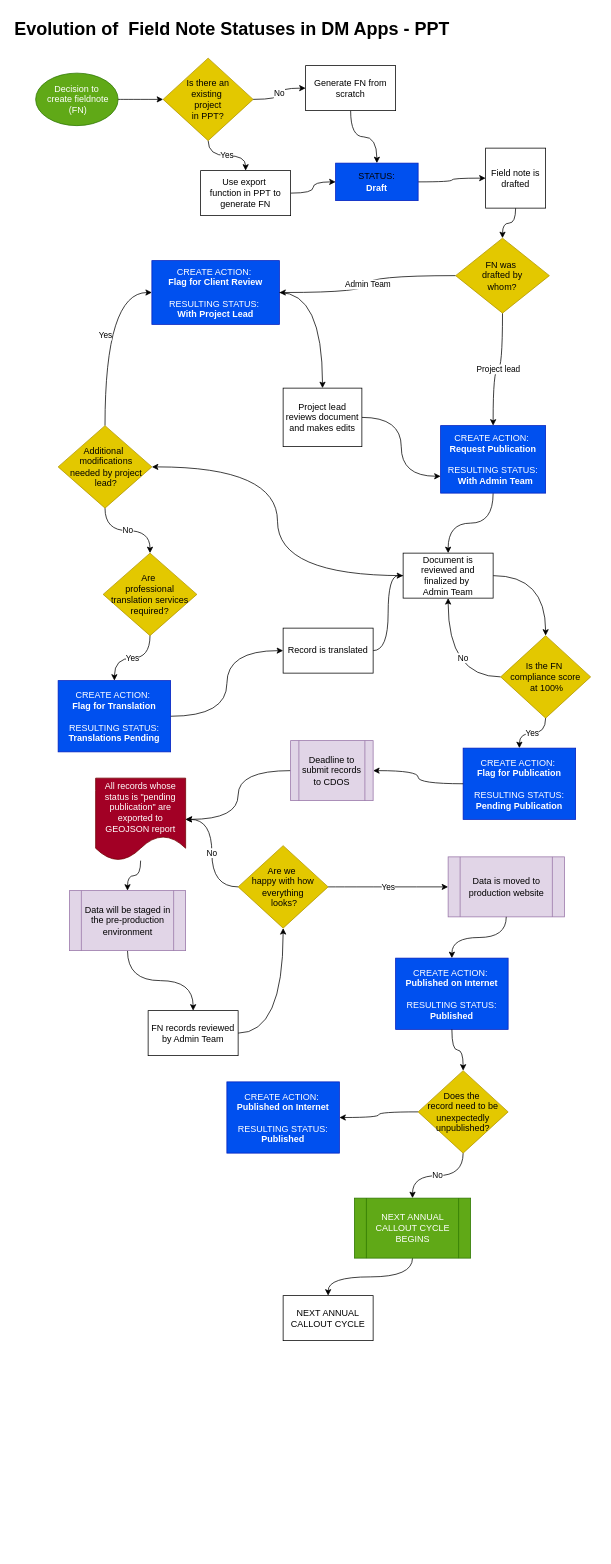
The draw.io diagram Fieldnote status evolution in PPT.drawio in davjfish/diagrams, before the edit. Source tidied: cells renumbered, new cells numbered last; positions are measured from the earlier drawing's top-left corner, leaving out a move shared by most shapes. Both pictures are drawn from the tidied source at 75%, with x=0, y=0 at pixel (13, 13).
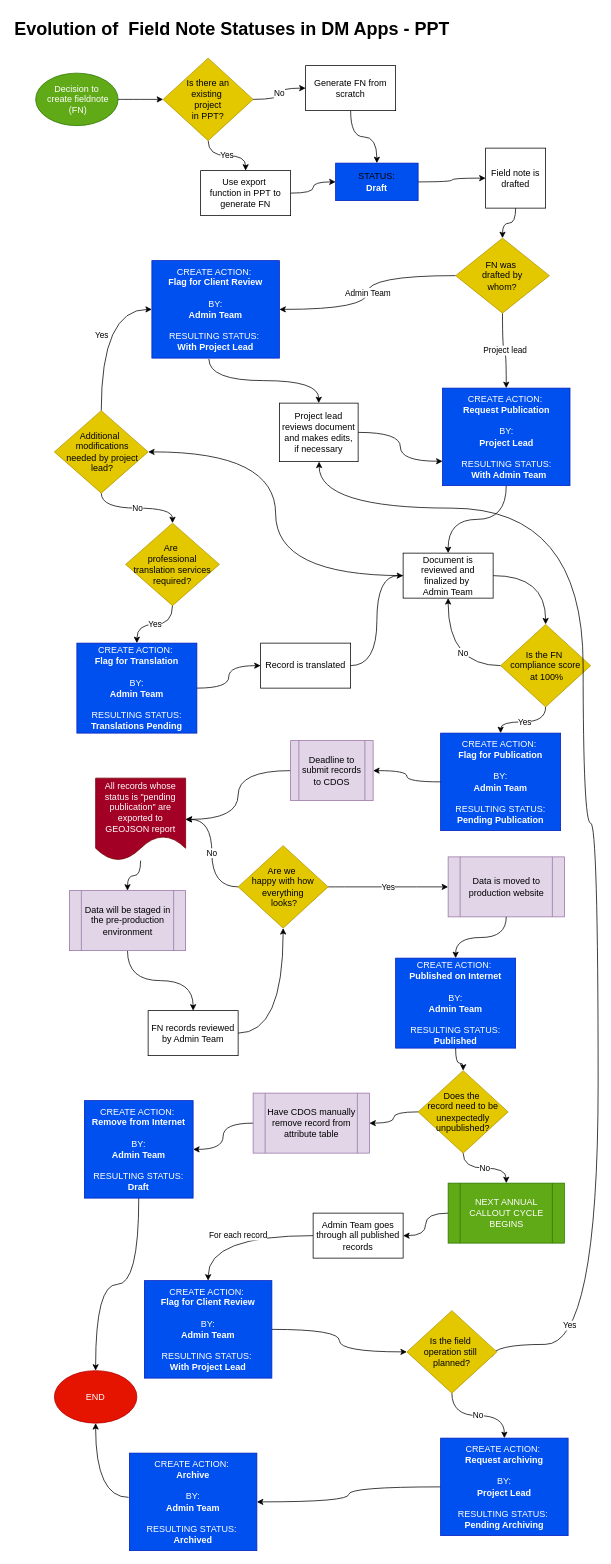
The same diagram, later.

The change refers to these unchanged cells:
```xml
<mxCell id="62" value="Does the&amp;nbsp;&lt;div&gt;record need to be unexpectedly unpublished?&lt;/div&gt;" style="rhombus;whiteSpace=wrap;html=1;rounded=0;fillColor=#e3c800;fontColor=#000000;strokeColor=#B09500;" parent="1" vertex="1">
  <mxGeometry x="540" y="1410" width="120" height="110" as="geometry" />
</mxCell>
```

Change to the diagram source:
```diff
@@
-    <mxCell id="13" value="CREATE ACTION:&amp;nbsp;&lt;div&gt;&lt;b&gt;Request Publication&lt;/b&gt;&lt;div&gt;&lt;br&gt;&lt;/div&gt;&lt;div&gt;&lt;span style=&quot;background-color: transparent; color: light-dark(rgb(255, 255, 255), rgb(18, 18, 18));&quot;&gt;RESULTING STATUS&lt;/span&gt;:&lt;/div&gt;&lt;div&gt;&amp;nbsp; &lt;b&gt;With Admin Team&lt;/b&gt;&lt;/div&gt;&lt;/div&gt;" style="rounded=0;whiteSpace=wrap;html=1;fillColor=#0050ef;fontColor=#ffffff;strokeColor=#001DBC;" parent="1" vertex="1">
-      <mxGeometry x="570" y="550" width="140" height="90" as="geometry" />
+    <mxCell id="13" value="CREATE ACTION:&amp;nbsp;&lt;div&gt;&lt;b&gt;Request Publication&lt;/b&gt;&lt;/div&gt;&lt;div&gt;&lt;b&gt;&lt;br&gt;&lt;/b&gt;&lt;div&gt;&lt;div&gt;BY:&lt;/div&gt;&lt;div&gt;&lt;b&gt;Project Lead&lt;/b&gt;&lt;/div&gt;&lt;/div&gt;&lt;div&gt;&lt;b&gt;&lt;br&gt;&lt;/b&gt;&lt;/div&gt;&lt;div&gt;&lt;span style=&quot;background-color: transparent;&quot;&gt;RESULTING STATUS&lt;/span&gt;:&lt;/div&gt;&lt;div&gt;&amp;nbsp; &lt;b&gt;With Admin Team&lt;/b&gt;&lt;/div&gt;&lt;/div&gt;" style="rounded=0;whiteSpace=wrap;html=1;fillColor=light-dark(#0050EF,#1534FF);fontColor=light-dark(#FFFFFF,#FFFFFF);strokeColor=#001DBC;" parent="1" vertex="1">
+      <mxGeometry x="572.5" y="500" width="170" height="130" as="geometry" />
     </mxCell>
-    <mxCell id="14" value="CREATE ACTION:&amp;nbsp;&lt;div&gt;&lt;b&gt;Flag for Client Review&lt;/b&gt;&lt;/div&gt;&lt;div&gt;&lt;b&gt;&lt;br&gt;&lt;/b&gt;&lt;div&gt;RESULTING STATUS:&amp;nbsp;&lt;/div&gt;&lt;div&gt;&lt;b&gt;With Project Lead&lt;/b&gt;&lt;/div&gt;&lt;/div&gt;" style="rounded=0;whiteSpace=wrap;html=1;fillColor=#0050ef;fontColor=#ffffff;strokeColor=#001DBC;" parent="1" vertex="1">
-      <mxGeometry x="185" y="330" width="170" height="85" as="geometry" />
+    <mxCell id="14" value="CREATE ACTION:&amp;nbsp;&lt;div&gt;&lt;b&gt;Flag for Client Review&lt;/b&gt;&lt;/div&gt;&lt;div&gt;&lt;b&gt;&lt;br&gt;&lt;/b&gt;&lt;/div&gt;&lt;div&gt;BY:&lt;/div&gt;&lt;div&gt;&lt;b&gt;Admin Team&lt;/b&gt;&lt;/div&gt;&lt;div&gt;&lt;b&gt;&lt;br&gt;&lt;/b&gt;&lt;div&gt;RESULTING STATUS:&amp;nbsp;&lt;/div&gt;&lt;div&gt;&lt;b&gt;With Project Lead&lt;/b&gt;&lt;/div&gt;&lt;/div&gt;" style="rounded=0;whiteSpace=wrap;html=1;fillColor=#0050ef;fontColor=#ffffff;strokeColor=#001DBC;" parent="1" vertex="1">
+      <mxGeometry x="185" y="330" width="170" height="130" as="geometry" />
     </mxCell>
@@
-    <mxCell id="23" value="Project lead reviews document and makes&amp;nbsp;&lt;span style=&quot;background-color: transparent; color: light-dark(rgb(0, 0, 0), rgb(255, 255, 255));&quot;&gt;edits&lt;/span&gt;" style="rounded=0;whiteSpace=wrap;html=1;" parent="1" vertex="1">
-      <mxGeometry x="360" y="500" width="105" height="78" as="geometry" />
+    <mxCell id="23" value="Project lead reviews document and makes&amp;nbsp;&lt;span style=&quot;background-color: transparent; color: light-dark(rgb(0, 0, 0), rgb(255, 255, 255));&quot;&gt;edits,&lt;/span&gt;&lt;div&gt;&lt;span style=&quot;background-color: transparent; color: light-dark(rgb(0, 0, 0), rgb(255, 255, 255));&quot;&gt;if necessary&lt;/span&gt;&lt;/div&gt;" style="rounded=0;whiteSpace=wrap;html=1;" parent="1" vertex="1">
+      <mxGeometry x="355" y="520" width="105" height="78" as="geometry" />
     </mxCell>
-    <mxCell id="24" style="edgeStyle=orthogonalEdgeStyle;rounded=0;jettySize=auto;html=1;curved=1;" parent="1" edge="1" source="14" target="23">
+    <mxCell id="24" style="edgeStyle=orthogonalEdgeStyle;rounded=0;jettySize=auto;html=1;curved=1;exitX=0.447;exitY=1.008;exitDx=0;exitDy=0;exitPerimeter=0;" parent="1" edge="1" source="14" target="23">
       <mxGeometry relative="1" as="geometry" />
     </mxCell>
@@
     <mxCell id="30" value="Additional&amp;nbsp;&lt;div&gt;&amp;nbsp;modifications&lt;/div&gt;&lt;div&gt;&amp;nbsp;needed by project&lt;/div&gt;&lt;div&gt;&amp;nbsp;lead?&lt;/div&gt;" style="rhombus;whiteSpace=wrap;html=1;fillColor=#e3c800;fontColor=#000000;strokeColor=#B09500;" parent="1" vertex="1">
-      <mxGeometry x="60" y="550" width="125" height="110" as="geometry" />
+      <mxGeometry x="55" y="530" width="125" height="110" as="geometry" />
     </mxCell>
     <mxCell id="31" value="Are&amp;nbsp;&lt;div&gt;professional translation services required?&lt;/div&gt;" style="rhombus;whiteSpace=wrap;html=1;fillColor=#e3c800;fontColor=#000000;strokeColor=#B09500;" parent="1" vertex="1">
-      <mxGeometry x="120" y="720" width="125" height="110" as="geometry" />
+      <mxGeometry x="150" y="680" width="125" height="110" as="geometry" />
     </mxCell>
@@
-    <mxCell id="34" value="CREATE ACTION:&amp;nbsp;&lt;div&gt;&lt;b&gt;Flag for Translation&lt;/b&gt;&lt;/div&gt;&lt;div&gt;&lt;b&gt;&lt;br&gt;&lt;/b&gt;&lt;div&gt;RESULTING STATUS:&lt;/div&gt;&lt;div&gt;&lt;b&gt;Translations Pending&lt;/b&gt;&lt;/div&gt;&lt;/div&gt;" style="rounded=0;whiteSpace=wrap;html=1;fillColor=#0050ef;fontColor=#ffffff;strokeColor=#001DBC;" parent="1" vertex="1">
-      <mxGeometry x="60" y="890" width="150" height="95" as="geometry" />
+    <mxCell id="34" value="CREATE ACTION:&amp;nbsp;&lt;div&gt;&lt;b&gt;Flag for Translation&lt;/b&gt;&lt;/div&gt;&lt;div&gt;&lt;b&gt;&lt;br&gt;&lt;/b&gt;&lt;/div&gt;&lt;div&gt;&lt;div&gt;BY:&lt;/div&gt;&lt;div&gt;&lt;b&gt;Admin Team&lt;/b&gt;&lt;/div&gt;&lt;/div&gt;&lt;div&gt;&lt;b&gt;&lt;br&gt;&lt;/b&gt;&lt;div&gt;RESULTING STATUS:&lt;/div&gt;&lt;div&gt;&lt;b&gt;Translations Pending&lt;/b&gt;&lt;/div&gt;&lt;/div&gt;" style="rounded=0;whiteSpace=wrap;html=1;fillColor=#0050ef;fontColor=#ffffff;strokeColor=#001DBC;" parent="1" vertex="1">
+      <mxGeometry x="85" y="840" width="160" height="120" as="geometry" />
     </mxCell>
@@
     <mxCell id="36" value="Record is translated" style="whiteSpace=wrap;html=1;rounded=0;" parent="1" vertex="1">
-      <mxGeometry x="360" y="820" width="120" height="60" as="geometry" />
+      <mxGeometry x="330" y="840" width="120" height="60" as="geometry" />
     </mxCell>
@@
     <mxCell id="39" value="Is the FN&amp;nbsp;&lt;div&gt;compliance score&lt;/div&gt;&lt;div&gt;&amp;nbsp;at 100%&lt;/div&gt;" style="rhombus;whiteSpace=wrap;html=1;rounded=0;fillColor=#e3c800;fontColor=#000000;strokeColor=#B09500;" parent="1" vertex="1">
-      <mxGeometry x="650" y="830" width="120" height="110" as="geometry" />
+      <mxGeometry x="650" y="815" width="120" height="110" as="geometry" />
     </mxCell>
@@
-    <mxCell id="41" value="CREATE ACTION:&amp;nbsp;&lt;div&gt;&lt;b&gt;Flag for Publication&lt;/b&gt;&lt;/div&gt;&lt;div&gt;&lt;b&gt;&lt;br&gt;&lt;/b&gt;&lt;div&gt;RESULTING STATUS:&lt;/div&gt;&lt;div&gt;&lt;b&gt;Pending Publication&lt;/b&gt;&lt;/div&gt;&lt;/div&gt;" style="rounded=0;whiteSpace=wrap;html=1;fillColor=#0050ef;fontColor=#ffffff;strokeColor=#001DBC;" parent="1" vertex="1">
-      <mxGeometry x="600" y="980" width="150" height="95" as="geometry" />
+    <mxCell id="41" value="CREATE ACTION:&amp;nbsp;&lt;div&gt;&lt;b&gt;Flag for Publication&lt;/b&gt;&lt;/div&gt;&lt;div&gt;&lt;div&gt;&lt;br&gt;&lt;/div&gt;&lt;div&gt;BY:&lt;/div&gt;&lt;div&gt;&lt;b&gt;Admin Team&lt;/b&gt;&lt;/div&gt;&lt;div&gt;&lt;b&gt;&lt;br&gt;&lt;/b&gt;&lt;/div&gt;&lt;div&gt;RESULTING STATUS:&lt;/div&gt;&lt;div&gt;&lt;b&gt;Pending Publication&lt;/b&gt;&lt;/div&gt;&lt;/div&gt;" style="rounded=0;whiteSpace=wrap;html=1;fillColor=#0050ef;fontColor=#ffffff;strokeColor=#001DBC;" parent="1" vertex="1">
+      <mxGeometry x="570" y="960" width="160" height="130" as="geometry" />
     </mxCell>
@@
+    <mxCell id="64" value="For each record" style="edgeStyle=orthogonalEdgeStyle;rounded=0;jettySize=auto;html=1;curved=1;" parent="1" edge="1" source="46" target="70">
+      <mxGeometry relative="1" as="geometry" />
+    </mxCell>
-    <mxCell id="46" value="NEXT ANNUAL CALLOUT CYCLE" style="whiteSpace=wrap;html=1;" parent="1" vertex="1">
-      <mxGeometry x="360" y="1710" width="120" height="60" as="geometry" />
+    <mxCell id="46" value="Admin Team goes through all published records" style="whiteSpace=wrap;html=1;" parent="1" vertex="1">
+      <mxGeometry x="400" y="1600" width="120" height="60" as="geometry" />
     </mxCell>
@@
-    <mxCell id="57" value="CREATE ACTION:&amp;nbsp;&lt;div&gt;&lt;b&gt;Published on Internet&lt;/b&gt;&lt;/div&gt;&lt;div&gt;&lt;b&gt;&lt;br&gt;&lt;/b&gt;&lt;div&gt;RESULTING STATUS:&lt;/div&gt;&lt;div&gt;&lt;b&gt;Published&lt;/b&gt;&lt;/div&gt;&lt;/div&gt;" style="rounded=0;whiteSpace=wrap;html=1;fillColor=#0050ef;fontColor=#ffffff;strokeColor=#001DBC;" parent="1" vertex="1">
-      <mxGeometry x="510" y="1260" width="150" height="95" as="geometry" />
+    <mxCell id="57" value="CREATE ACTION:&amp;nbsp;&lt;div&gt;&lt;b&gt;Published on Internet&lt;/b&gt;&lt;/div&gt;&lt;div&gt;&lt;b&gt;&lt;br&gt;&lt;/b&gt;&lt;/div&gt;&lt;div&gt;&lt;div&gt;BY:&lt;/div&gt;&lt;div&gt;&lt;b&gt;Admin Team&lt;/b&gt;&lt;/div&gt;&lt;div&gt;&lt;b&gt;&lt;br&gt;&lt;/b&gt;&lt;/div&gt;&lt;div&gt;RESULTING STATUS:&lt;/div&gt;&lt;div&gt;&lt;b&gt;Published&lt;/b&gt;&lt;/div&gt;&lt;/div&gt;" style="rounded=0;whiteSpace=wrap;html=1;fillColor=#0050ef;fontColor=#ffffff;strokeColor=#001DBC;" parent="1" vertex="1">
+      <mxGeometry x="510" y="1260" width="160" height="120" as="geometry" />
     </mxCell>
@@
     <mxCell id="59" value="NEXT ANNUAL CALLOUT CYCLE&lt;div&gt;BEGINS&lt;/div&gt;" style="shape=process;whiteSpace=wrap;html=1;backgroundOutline=1;fillColor=#60a917;strokeColor=#2D7600;fontColor=#ffffff;" parent="1" vertex="1">
-      <mxGeometry x="455" y="1580" width="155" height="80" as="geometry" />
+      <mxGeometry x="580" y="1560" width="155" height="80" as="geometry" />
     </mxCell>
@@
-    <mxCell id="61" style="edgeStyle=orthogonalEdgeStyle;rounded=0;jettySize=auto;html=1;curved=1;" parent="1" edge="1" source="62" target="63">
+    <mxCell id="61" style="edgeStyle=orthogonalEdgeStyle;rounded=0;jettySize=auto;html=1;curved=1;" parent="1" edge="1" source="67" target="63">
       <mxGeometry relative="1" as="geometry" />
     </mxCell>
@@
+    <mxCell id="65" style="edgeStyle=orthogonalEdgeStyle;rounded=0;jettySize=auto;html=1;curved=1;" parent="1" edge="1" source="63" target="68">
+      <mxGeometry relative="1" as="geometry" />
+    </mxCell>
-    <mxCell id="63" value="CREATE ACTION:&amp;nbsp;&lt;div&gt;&lt;b&gt;Published on Internet&lt;/b&gt;&lt;/div&gt;&lt;div&gt;&lt;b&gt;&lt;br&gt;&lt;/b&gt;&lt;div&gt;RESULTING STATUS:&lt;/div&gt;&lt;div&gt;&lt;b&gt;Published&lt;/b&gt;&lt;/div&gt;&lt;/div&gt;" style="rounded=0;whiteSpace=wrap;html=1;fillColor=#0050ef;fontColor=#ffffff;strokeColor=#001DBC;" parent="1" vertex="1">
-      <mxGeometry x="285" y="1425" width="150" height="95" as="geometry" />
+    <mxCell id="63" value="CREATE ACTION:&amp;nbsp;&lt;div&gt;&lt;b&gt;Remove from Internet&lt;/b&gt;&lt;/div&gt;&lt;div&gt;&lt;div&gt;&lt;br&gt;&lt;/div&gt;&lt;div&gt;BY:&lt;/div&gt;&lt;div&gt;&lt;b&gt;Admin Team&lt;/b&gt;&lt;/div&gt;&lt;div&gt;&lt;b&gt;&lt;br&gt;&lt;/b&gt;&lt;/div&gt;&lt;div&gt;RESULTING STATUS:&lt;/div&gt;&lt;div&gt;&lt;b&gt;Draft&lt;/b&gt;&lt;/div&gt;&lt;/div&gt;" style="rounded=0;whiteSpace=wrap;html=1;fillColor=#0050ef;fontColor=#ffffff;strokeColor=#001DBC;" parent="1" vertex="1">
+      <mxGeometry x="95" y="1450" width="145" height="130" as="geometry" />
     </mxCell>
+    <mxCell id="66" style="edgeStyle=orthogonalEdgeStyle;rounded=0;jettySize=auto;html=1;curved=1;" parent="1" edge="1" source="62" target="67">
+      <mxGeometry relative="1" as="geometry" />
+    </mxCell>
+    <mxCell id="67" value="Have CDOS manually remove record from attribute table" style="shape=process;whiteSpace=wrap;html=1;backgroundOutline=1;fillColor=#e1d5e7;strokeColor=#9673a6;" parent="1" vertex="1">
+      <mxGeometry x="320" y="1440" width="155" height="80" as="geometry" />
+    </mxCell>
+    <mxCell id="68" value="END" style="ellipse;whiteSpace=wrap;html=1;fillColor=#e51400;fontColor=#ffffff;strokeColor=#B20000;" parent="1" vertex="1">
+      <mxGeometry x="55" y="1810" width="110" height="70" as="geometry" />
+    </mxCell>
+    <mxCell id="69" style="edgeStyle=orthogonalEdgeStyle;rounded=0;jettySize=auto;html=1;curved=1;" parent="1" edge="1" source="70" target="73">
+      <mxGeometry relative="1" as="geometry" />
+    </mxCell>
+    <mxCell id="70" value="CREATE ACTION:&amp;nbsp;&lt;div&gt;&lt;b&gt;Flag for Client Review&lt;/b&gt;&lt;/div&gt;&lt;div&gt;&lt;b&gt;&lt;br&gt;&lt;/b&gt;&lt;/div&gt;&lt;div&gt;&lt;div&gt;BY:&lt;/div&gt;&lt;div&gt;&lt;b&gt;Admin Team&lt;/b&gt;&lt;/div&gt;&lt;/div&gt;&lt;div&gt;&lt;b&gt;&lt;br&gt;&lt;/b&gt;&lt;div&gt;RESULTING STATUS:&amp;nbsp;&lt;/div&gt;&lt;div&gt;&lt;b&gt;With Project Lead&lt;/b&gt;&lt;/div&gt;&lt;/div&gt;" style="rounded=0;whiteSpace=wrap;html=1;fillColor=#0050ef;fontColor=#ffffff;strokeColor=#001DBC;" parent="1" vertex="1">
+      <mxGeometry x="175" y="1690" width="170" height="130" as="geometry" />
+    </mxCell>
+    <mxCell id="71" value="No" style="edgeStyle=orthogonalEdgeStyle;rounded=0;jettySize=auto;html=1;curved=1;" parent="1" edge="1" source="73" target="75">
+      <mxGeometry relative="1" as="geometry" />
+    </mxCell>
+    <mxCell id="72" value="Yes" style="edgeStyle=orthogonalEdgeStyle;rounded=0;jettySize=auto;html=1;curved=1;exitX=0.95;exitY=0.555;exitDx=0;exitDy=0;exitPerimeter=0;" parent="1" edge="1" source="73" target="23">
+      <mxGeometry x="-0.86" y="25" relative="1" as="geometry">
+        <Array as="points">
+          <mxPoint x="639" y="1775" />
+          <mxPoint x="780" y="1775" />
+          <mxPoint x="780" y="1080" />
+          <mxPoint x="760" y="1080" />
+          <mxPoint x="760" y="660" />
+          <mxPoint x="408" y="660" />
+        </Array>
+      </mxGeometry>
+    </mxCell>
+    <mxCell id="73" value="Is the field&amp;nbsp;&lt;div&gt;operation still&amp;nbsp;&lt;/div&gt;&lt;div&gt;planned?&lt;/div&gt;" style="rhombus;whiteSpace=wrap;html=1;rounded=0;fillColor=#e3c800;fontColor=#000000;strokeColor=#B09500;" parent="1" vertex="1">
+      <mxGeometry x="525" y="1730" width="120" height="110" as="geometry" />
+    </mxCell>
+    <mxCell id="74" style="edgeStyle=orthogonalEdgeStyle;rounded=0;jettySize=auto;html=1;curved=1;" parent="1" edge="1" source="75" target="77">
+      <mxGeometry relative="1" as="geometry" />
+    </mxCell>
+    <mxCell id="75" value="CREATE ACTION:&amp;nbsp;&lt;div&gt;&lt;b&gt;Request archiving&lt;/b&gt;&lt;/div&gt;&lt;div&gt;&lt;div&gt;&lt;br&gt;&lt;/div&gt;&lt;div&gt;BY:&lt;/div&gt;&lt;div&gt;&lt;b&gt;Project Lead&lt;/b&gt;&lt;/div&gt;&lt;div&gt;&lt;b&gt;&lt;br&gt;&lt;/b&gt;&lt;/div&gt;&lt;div&gt;RESULTING STATUS:&amp;nbsp;&lt;/div&gt;&lt;div&gt;&lt;b&gt;Pending Archiving&lt;/b&gt;&lt;/div&gt;&lt;/div&gt;" style="rounded=0;whiteSpace=wrap;html=1;fillColor=light-dark(#0050EF,#1534FF);fontColor=light-dark(#FFFFFF,#FFFFFF);strokeColor=#001DBC;" parent="1" vertex="1">
+      <mxGeometry x="570" y="1900" width="170" height="130" as="geometry" />
+    </mxCell>
+    <mxCell id="76" style="edgeStyle=orthogonalEdgeStyle;rounded=0;jettySize=auto;html=1;entryX=0.5;entryY=1;entryDx=0;entryDy=0;curved=1;exitX=-0.006;exitY=0.454;exitDx=0;exitDy=0;exitPerimeter=0;" parent="1" edge="1" source="77" target="68">
+      <mxGeometry relative="1" as="geometry" />
+    </mxCell>
+    <mxCell id="77" value="CREATE ACTION:&amp;nbsp;&lt;div&gt;&lt;b&gt;Archive&lt;/b&gt;&lt;/div&gt;&lt;div&gt;&lt;br&gt;&lt;/div&gt;&lt;div&gt;&lt;div&gt;BY:&lt;/div&gt;&lt;div&gt;&lt;b&gt;Admin Team&lt;/b&gt;&lt;/div&gt;&lt;div&gt;&lt;b&gt;&lt;br&gt;&lt;/b&gt;&lt;/div&gt;&lt;div&gt;RESULTING STATUS:&amp;nbsp;&lt;/div&gt;&lt;div&gt;&lt;b&gt;Archived&lt;/b&gt;&lt;/div&gt;&lt;/div&gt;" style="rounded=0;whiteSpace=wrap;html=1;fillColor=#0050ef;fontColor=#ffffff;strokeColor=#001DBC;" parent="1" vertex="1">
+      <mxGeometry x="155" y="1920" width="170" height="130" as="geometry" />
+    </mxCell>
```
